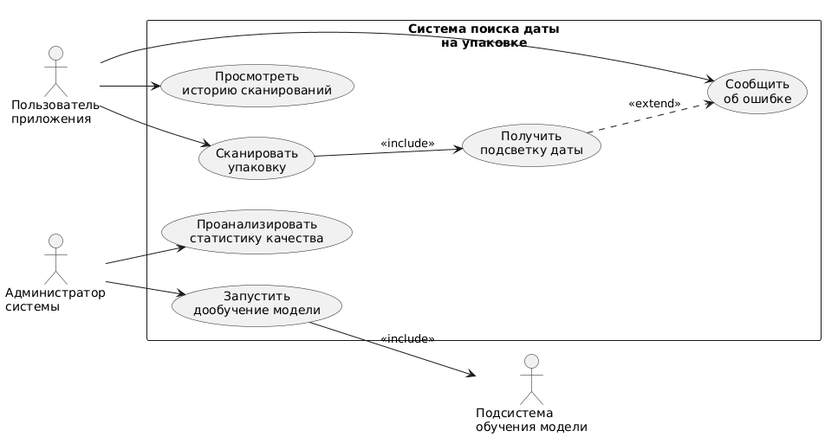
Above: docs/use-case.png in timourka/diplom (PlantUML), before the change. Source of this version:
```plantuml
@startuml
left to right direction

actor "Пользователь\nприложения" as User
actor "Администратор\nсистемы" as Admin
actor "Подсистема\nобучения модели" as TrainingService

rectangle "Система поиска даты\nна упаковке" as System {
    usecase "Сканировать\nупаковку" as UC_Scan
    usecase "Получить\nподсветку даты" as UC_Highlight
    usecase "Сообщить\nоб ошибке" as UC_Report
    usecase "Просмотреть\nисторию сканирований" as UC_History

    usecase "Запустить\nдообучение модели" as UC_Retrain
    usecase "Проанализировать\nстатистику качества" as UC_Stats
}

User --> UC_Scan
User --> UC_History
User --> UC_Report

UC_Scan --> UC_Highlight : <<include>>
UC_Highlight ..> UC_Report : <<extend>>

Admin --> UC_Retrain
Admin --> UC_Stats

UC_Retrain --> TrainingService : <<include>>
@enduml
```
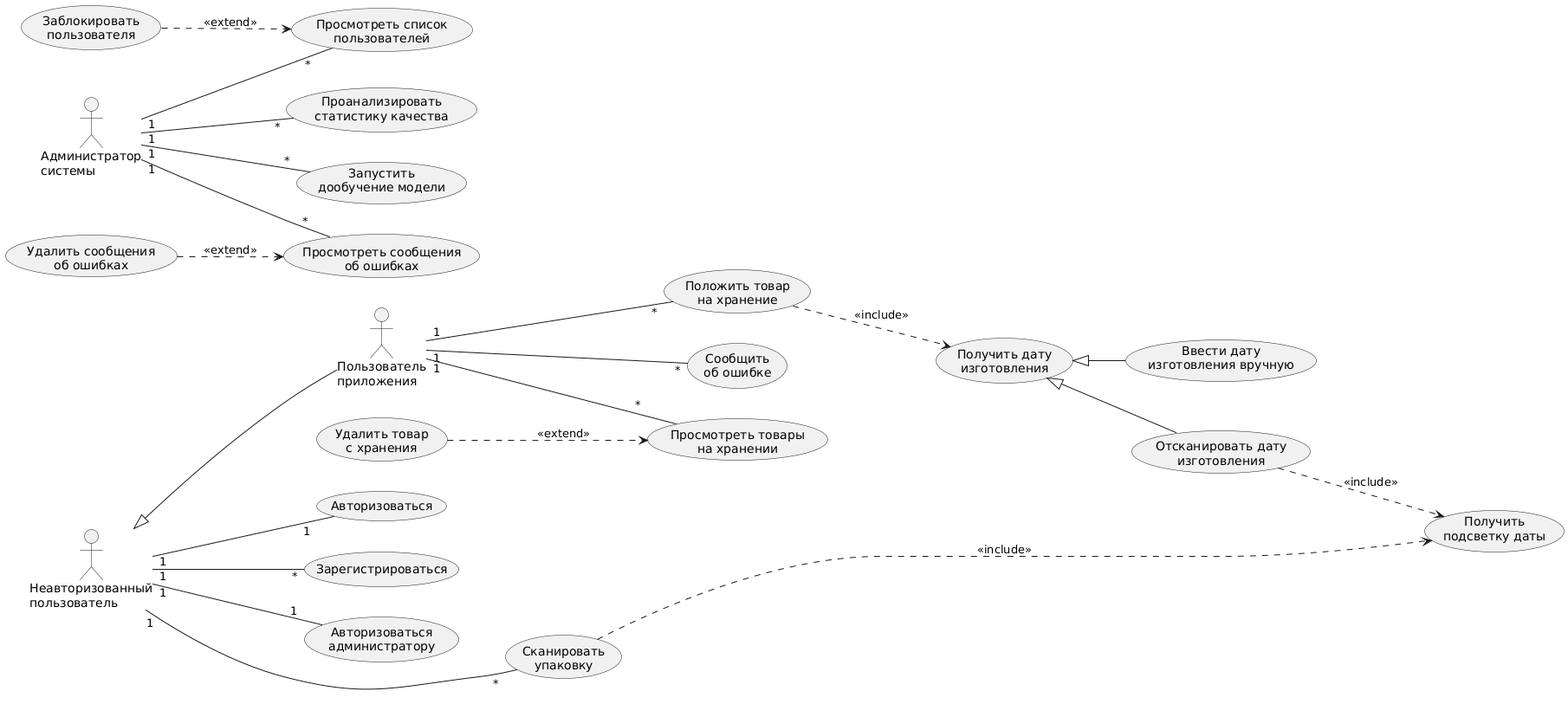
Above is the later version.

Change to the diagram source:
```diff
@@ -1,29 +1,61 @@
 @startuml
 left to right direction
 
+actor "Неавторизованный\nпользователь" as UserNotAuf
 actor "Пользователь\nприложения" as User
 actor "Администратор\nсистемы" as Admin
-actor "Подсистема\nобучения модели" as TrainingService
 
-rectangle "Система поиска даты\nна упаковке" as System {
-    usecase "Сканировать\nупаковку" as UC_Scan
-    usecase "Получить\nподсветку даты" as UC_Highlight
-    usecase "Сообщить\nоб ошибке" as UC_Report
-    usecase "Просмотреть\nисторию сканирований" as UC_History
+UserNotAuf <|-- User
 
-    usecase "Запустить\nдообучение модели" as UC_Retrain
-    usecase "Проанализировать\nстатистику качества" as UC_Stats
-}
+usecase "Сканировать\nупаковку" as UC_Scan
+usecase "Получить\nподсветку даты" as UC_Highlight
 
-User --> UC_Scan
-User --> UC_History
-User --> UC_Report
+usecase "Авторизоваться" as UC_AuthUser
+usecase "Зарегистрироваться" as UC_Register
 
-UC_Scan --> UC_Highlight : <<include>>
-UC_Highlight ..> UC_Report : <<extend>>
+usecase "Сообщить\nоб ошибке" as UC_Report
+usecase "Положить товар\nна хранение" as UC_Keep
+usecase "Просмотреть товары\nна хранении" as UC_KeepView
+usecase "Удалить товар\nс хранения" as UC_KeepDel
+usecase "Получить дату\nизготовления" as UC_GetExprDate
+usecase "Отсканировать дату\nизготовления" as UC_ScanExprDate
+usecase "Ввести дату\nизготовления вручную" as UC_EnterExprDate
+usecase "Положить товар\nна хранение" as UC_Keep
 
-Admin --> UC_Retrain
-Admin --> UC_Stats
+usecase "Авторизоваться\nадминистратору" as UC_AuthAdmin
+usecase "Запустить\nдообучение модели" as UC_Retrain
+usecase "Проанализировать\nстатистику качества" as UC_Stats
+usecase "Просмотреть список\nпользователей" as UC_Users
+usecase "Заблокировать\nпользователя" as UC_UserBlock
+usecase "Просмотреть сообщения\nоб ошибках" as UC_Messages
+usecase "Удалить сообщения\nоб ошибках" as UC_MessageDel
 
-UC_Retrain --> TrainingService : <<include>>
+UserNotAuf "1" -- "*" UC_Register
+UserNotAuf "1" -- "1" UC_AuthUser
+UserNotAuf "1" -- "*" UC_Scan
+UserNotAuf "1" -- "1" UC_AuthAdmin
+
+User "1" -- "*" UC_Report
+User "1" -- "*" UC_Keep
+User "1" -- "*" UC_KeepView
+
+Admin "1" -- "*" UC_Retrain
+Admin "1" -- "*" UC_Stats
+Admin "1" -- "*" UC_Users
+Admin "1" -- "*" UC_Messages
+
+UC_Scan ..> UC_Highlight : <<include>>
+
+
+UC_MessageDel ..> UC_Messages : <<extend>>
+
+UC_UserBlock ..> UC_Users : <<extend>>
+
+UC_KeepDel ..> UC_KeepView : <<extend>>
+
+UC_Keep ..> UC_GetExprDate : <<include>>
+
+UC_GetExprDate <|-- UC_ScanExprDate
+UC_GetExprDate <|-- UC_EnterExprDate
+UC_ScanExprDate ..> UC_Highlight : <<include>>
 @enduml
```
